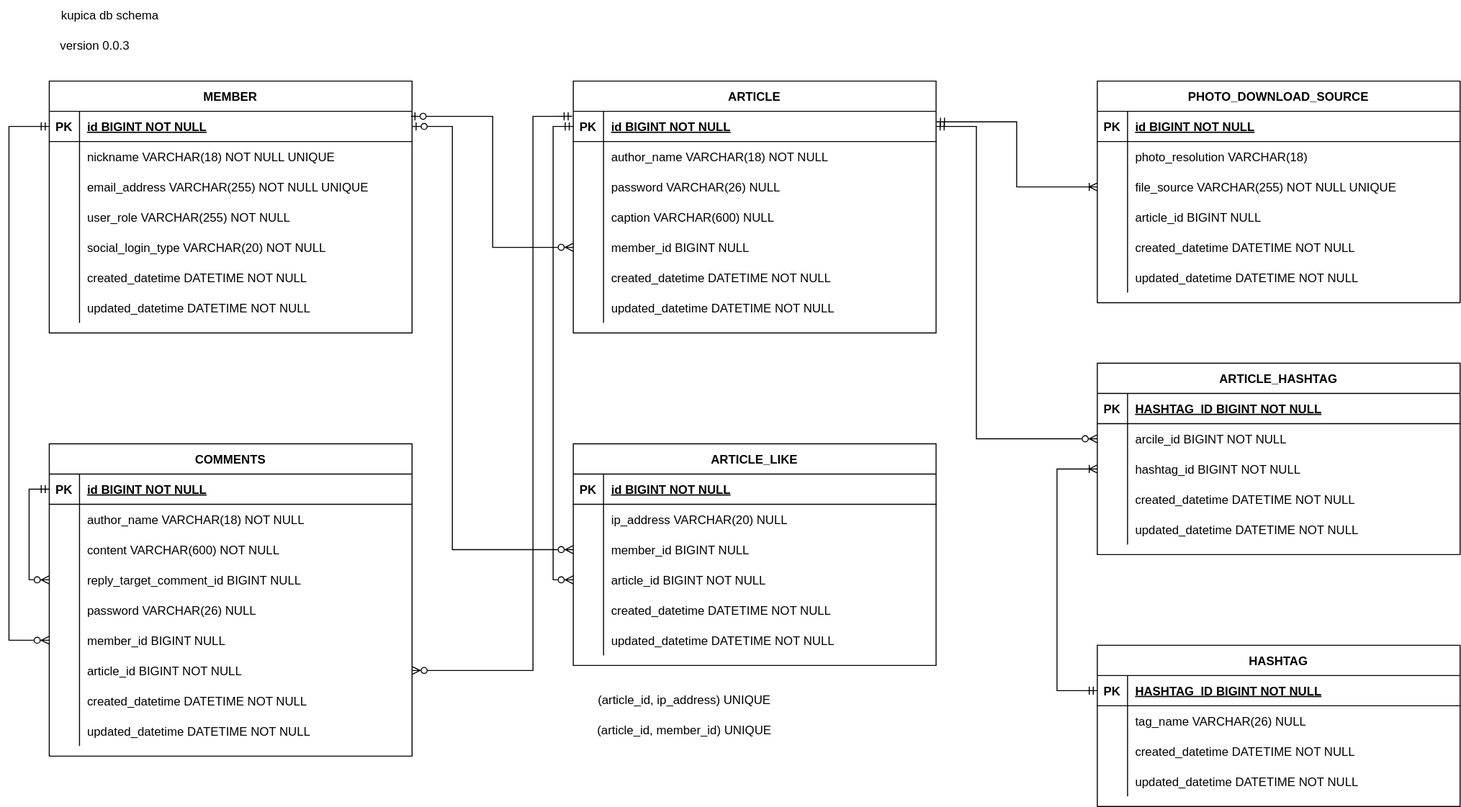
Before: docs/kupica-db-schema.svg, a diagram exported from draw.io (Unagi-zoso/kupica). Source tidied: cells renumbered, new cells last; positions are measured from the earlier drawing's top-left corner, leaving out a move shared by most shapes.
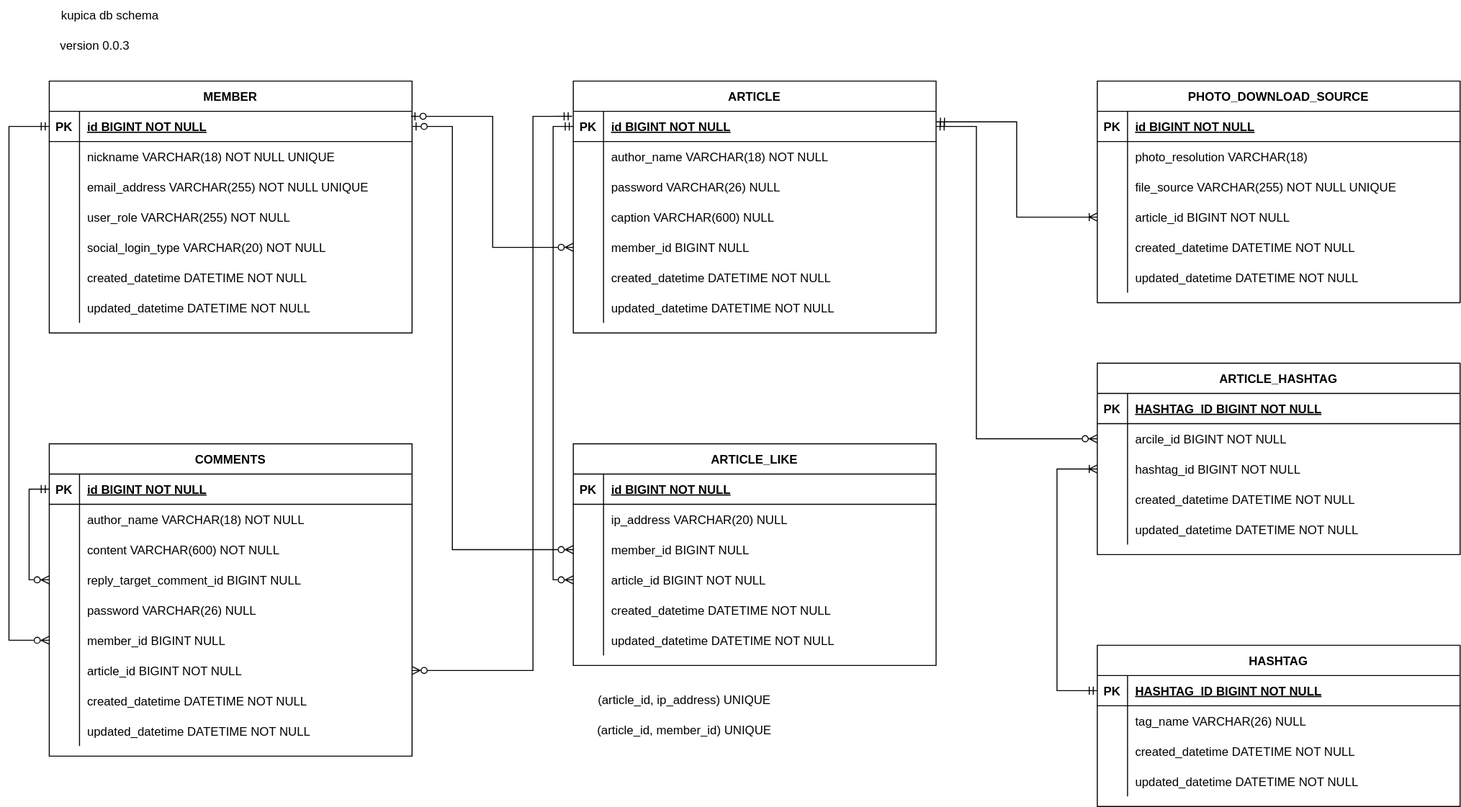
The same diagram one commit later.

Commit message:
#25 Docs photo_download_source 관계 표기 및 제약조건 수정

What changed in the source:
```diff
@@ -170,7 +170,7 @@
     <mxCell id="57" style="shape=partialRectangle;overflow=hidden;fillColor=none;top=0;left=0;bottom=0;right=0;" parent="56" vertex="1">
       <mxGeometry width="30" height="30" as="geometry" />
     </mxCell>
-    <mxCell id="58" value="article_id BIGINT NULL" style="shape=partialRectangle;overflow=hidden;fillColor=none;top=0;left=0;bottom=0;right=0;align=left;spacingLeft=6;" parent="56" vertex="1">
+    <mxCell id="58" value="article_id BIGINT NOT NULL" style="shape=partialRectangle;overflow=hidden;fillColor=none;top=0;left=0;bottom=0;right=0;align=left;spacingLeft=6;" parent="56" vertex="1">
       <mxGeometry x="30" width="330" height="30" as="geometry" />
     </mxCell>
     <mxCell id="59" style="shape=partialRectangle;fillColor=none;top=0;left=0;right=0;bottom=0;" parent="46" vertex="1">
@@ -194,7 +194,7 @@
     <mxCell id="65" style="edgeStyle=orthogonalEdgeStyle;rounded=0;jettySize=auto;html=1;entryX=0;entryY=0.5;entryDx=0;entryDy=0;endArrow=ERzeroToMany;endFill=0;startArrow=ERzeroToOne;startFill=0;exitX=0.997;exitY=0.165;exitDx=0;exitDy=0;exitPerimeter=0;" parent="1" edge="1" source="25" target="15">
       <mxGeometry relative="1" as="geometry" />
     </mxCell>
-    <mxCell id="66" style="edgeStyle=orthogonalEdgeStyle;rounded=0;jettySize=auto;html=1;entryX=1.001;entryY=0.347;entryDx=0;entryDy=0;entryPerimeter=0;endArrow=ERmandOne;endFill=0;startArrow=ERoneToMany;startFill=0;" parent="1" edge="1" source="53" target="3">
+    <mxCell id="66" style="edgeStyle=orthogonalEdgeStyle;rounded=0;jettySize=auto;html=1;entryX=1.001;entryY=0.347;entryDx=0;entryDy=0;entryPerimeter=0;endArrow=ERmandOne;endFill=0;startArrow=ERoneToMany;startFill=0;exitX=0;exitY=0.5;exitDx=0;exitDy=0;" parent="1" edge="1" source="56" target="3">
       <mxGeometry relative="1" as="geometry" />
     </mxCell>
     <mxCell id="67" value="COMMENTS" style="shape=table;startSize=30;rowLines=0;fontStyle=1;align=center;" parent="1" vertex="1">
```
